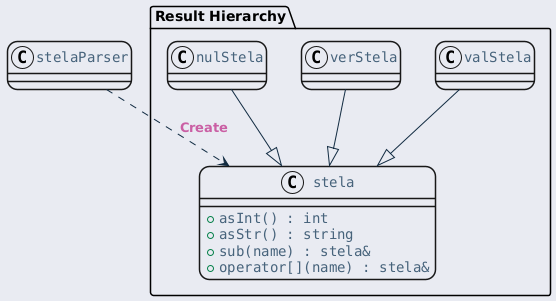
Before: ref/generated/ko/inline_umlgraph_16.png, a diagram exported from PlantUML (byeolang/website).
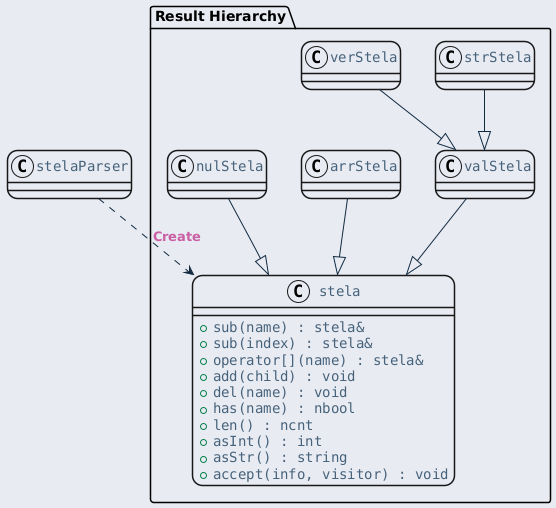
Later version of the same file.

The edit, as a diff of the source:
```diff
@@ -25,20 +25,30 @@
 </style>
 package "Result Hierarchy" {
     class "stela" as stela {
+        + sub(name) : stela&
+        + sub(index) : stela&
+        + operator[](name) : stela&
+        + add(child) : void
+        + del(name) : void
+        + has(name) : nbool
+        + len() : ncnt
         + asInt() : int
         + asStr() : string
-        + sub(name) : stela&
-        + operator[](name) : stela&
+        + accept(info, visitor) : void
     }
 
     class "valStela" as valStela
+    class "strStela" as strStela
     class "verStela" as verStela
+    class "arrStela" as arrStela
     class "nulStela" as nulStela
 }
 
 stelaParser ..> stela : Create
 
 valStela --|> stela
-verStela --|> stela
+arrStela --|> stela
 nulStela --|> stela
+strStela --|> valStela
+verStela --|> valStela
 @enduml
```
